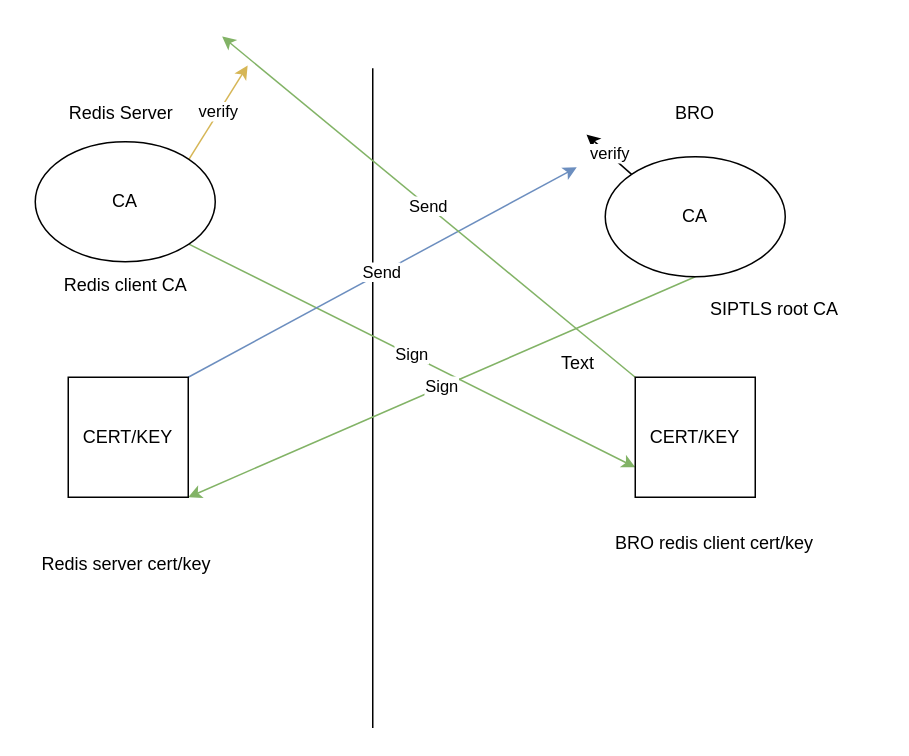
Before: Redis SSL.drawio in Albert-W/Draw_io, a draw.io diagram. Source tidied: cells renumbered, new cells numbered last; positions are measured from the earlier drawing's top-left corner, leaving out a move shared by most shapes. Both pictures are drawn from the tidied source at 150%, with x=0, y=0 at pixel (26, 36).
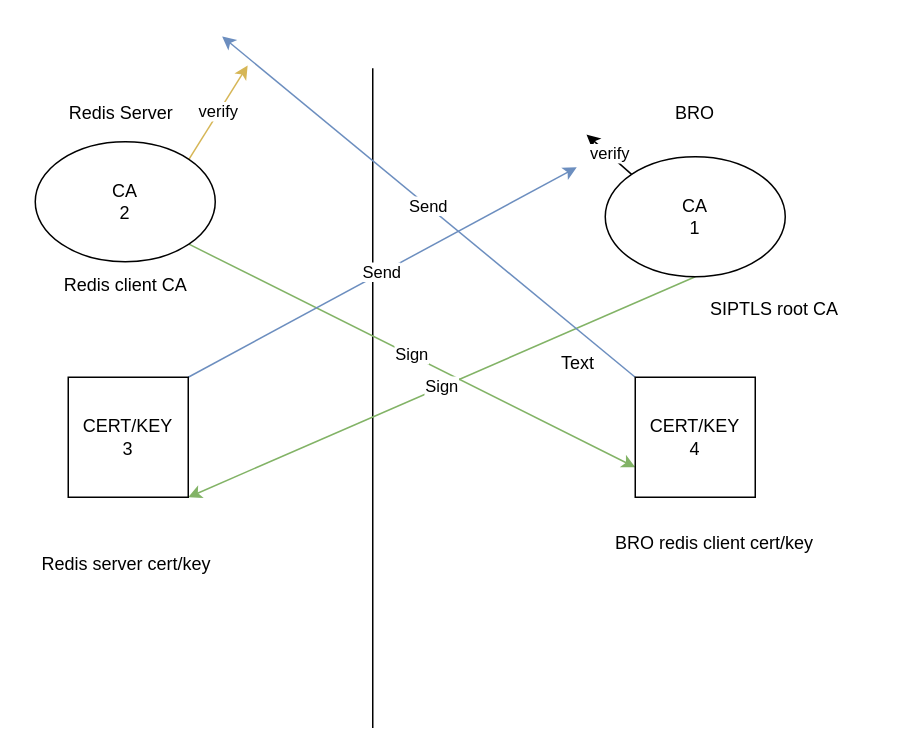
After the change.

The edit, as a diff of the source:
```diff
@@
-    <mxCell id="7" value="CA" style="ellipse;whiteSpace=wrap;html=1;" parent="1" vertex="1">
+    <mxCell id="7" value="CA&lt;br&gt;2" style="ellipse;whiteSpace=wrap;html=1;" parent="1" vertex="1">
       <mxGeometry x="6" y="70" width="120" height="80" as="geometry" />
     </mxCell>
@@
-    <mxCell id="10" value="CA" style="ellipse;whiteSpace=wrap;html=1;" parent="1" vertex="1">
+    <mxCell id="10" value="CA&lt;br&gt;1" style="ellipse;whiteSpace=wrap;html=1;" parent="1" vertex="1">
       <mxGeometry x="386" y="80" width="120" height="80" as="geometry" />
     </mxCell>
@@
-    <mxCell id="12" value="CERT/KEY" style="whiteSpace=wrap;html=1;" parent="1" vertex="1">
+    <mxCell id="12" value="CERT/KEY&lt;br&gt;3" style="whiteSpace=wrap;html=1;" parent="1" vertex="1">
       <mxGeometry x="28" y="227" width="80" height="80" as="geometry" />
     </mxCell>
-    <mxCell id="13" value="Send" style="edgeStyle=none;rounded=0;jettySize=auto;html=1;exitX=0;exitY=0;exitDx=0;exitDy=0;fillColor=#d5e8d4;strokeColor=#82b366;" parent="1" edge="1" source="14">
+    <mxCell id="13" value="Send" style="edgeStyle=none;rounded=0;jettySize=auto;html=1;exitX=0;exitY=0;exitDx=0;exitDy=0;fillColor=#dae8fc;strokeColor=#6c8ebf;" parent="1" edge="1" source="14">
       <mxGeometry relative="1" as="geometry">
         <mxPoint x="130.6" y="-0.2" as="targetPoint" />
       </mxGeometry>
     </mxCell>
-    <mxCell id="14" value="CERT/KEY" style="whiteSpace=wrap;html=1;" parent="1" vertex="1">
+    <mxCell id="14" value="CERT/KEY&lt;br&gt;4" style="whiteSpace=wrap;html=1;" parent="1" vertex="1">
       <mxGeometry x="406" y="227" width="80" height="80" as="geometry" />
     </mxCell>
```
